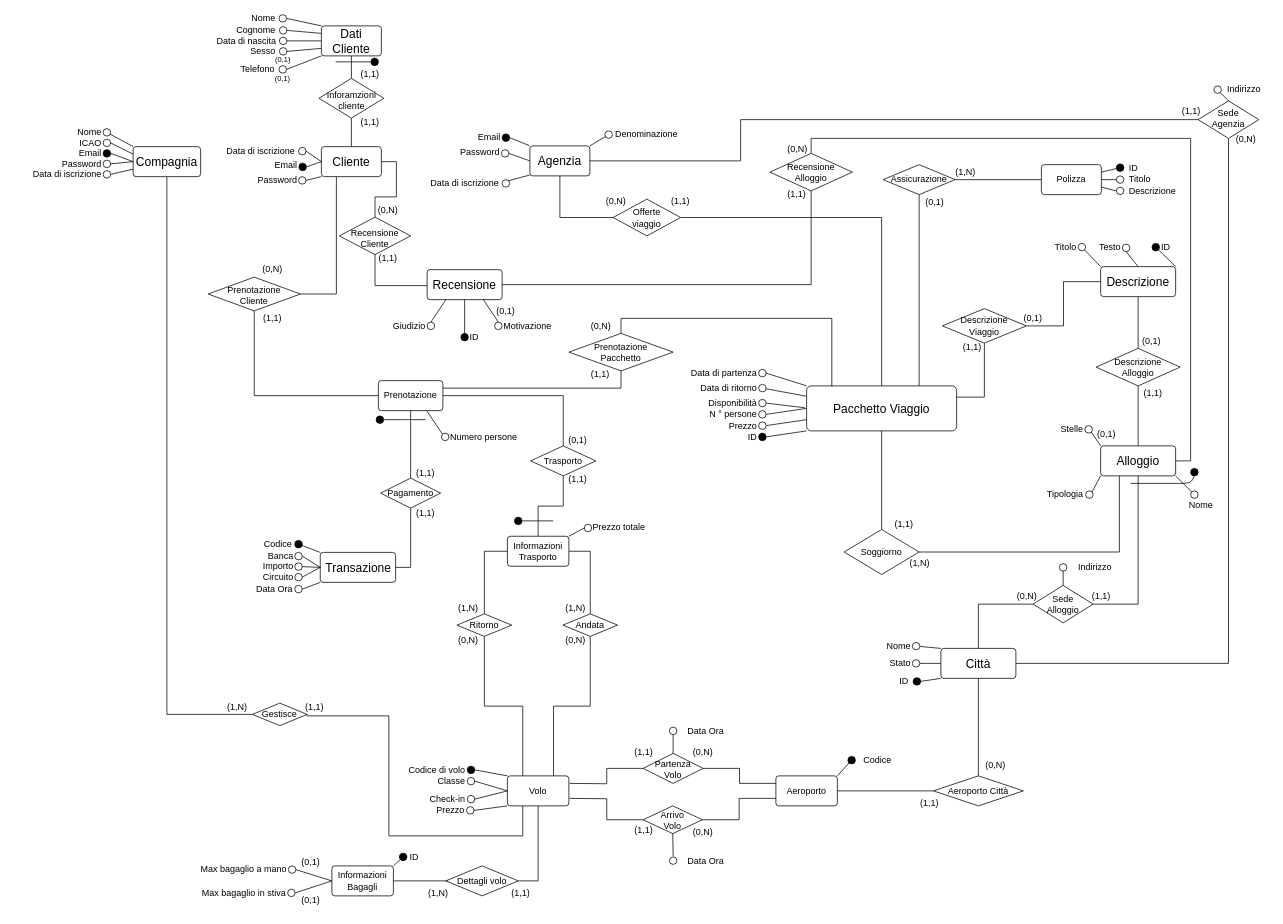
Before: page "ER - Logico" (2 of 3) of E-R/E-R.drawio in bustre/Easy-travel, a draw.io diagram. Source tidied: cells renumbered, new cells numbered last; positions are measured from the earlier drawing's top-left corner, leaving out a move shared by most shapes. Both pictures are drawn from the tidied source at 75%, with x=0, y=0 at pixel (13, 14).
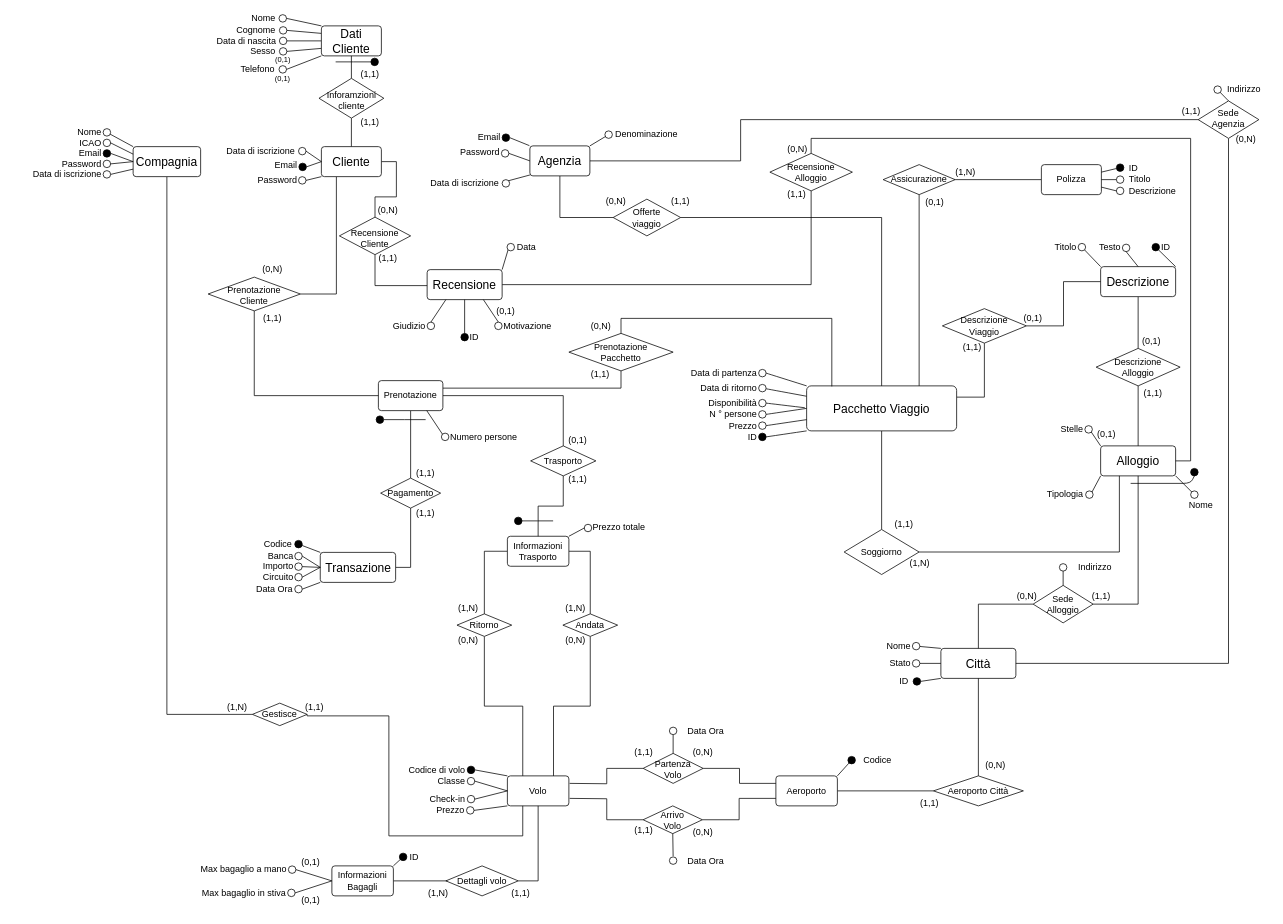
The same diagram, later.

What changed in the source:
```diff
@@
+    <mxCell id="320" style="rounded=0;jettySize=auto;html=1;exitX=1;exitY=0;exitDx=0;exitDy=0;entryX=0;entryY=1;entryDx=0;entryDy=0;endArrow=none;endFill=0;" parent="1" edge="1" target="321">
+      <mxGeometry relative="1" as="geometry">
+        <mxPoint x="652" y="340" as="sourcePoint" />
+      </mxGeometry>
+    </mxCell>
+    <mxCell id="321" style="ellipse;whiteSpace=wrap;" parent="1" vertex="1">
+      <mxGeometry x="658.5" y="305" width="10" height="10" as="geometry" />
+    </mxCell>
+    <mxCell id="322" value="Data" style="text;strokeColor=none;fillColor=none;align=left;verticalAlign=middle;whiteSpace=wrap;rounded=0;" parent="1" vertex="1">
+      <mxGeometry x="670" y="305" width="60" height="10" as="geometry" />
+    </mxCell>
```
